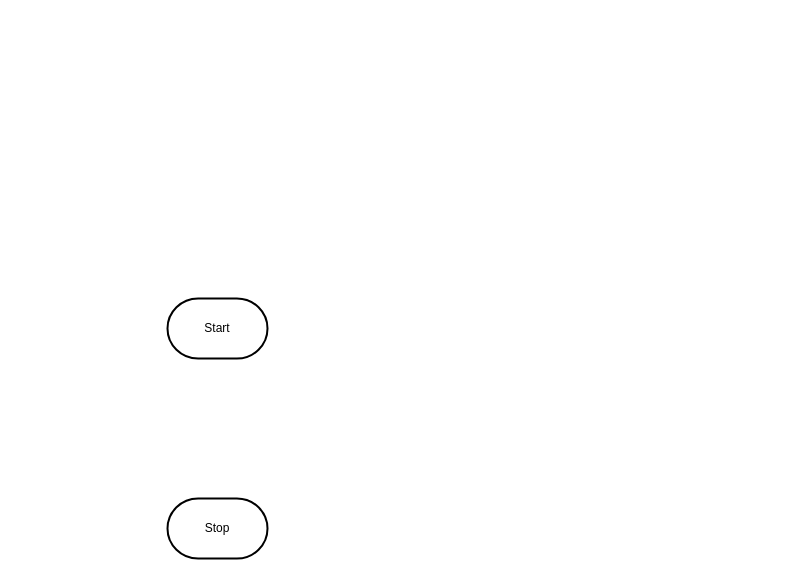
MTHS-ICD2O-1-2024/ICD2O-Unit-5-05-benjamin-abebe-02 keeps this draw.io diagram as design/flowchart.drawio. Above is the earlier version. Source tidied: cells renumbered, new cells numbered last; positions are measured from the earlier drawing's top-left corner, leaving out a move shared by most shapes. Both pictures are drawn from the tidied source at 100%, with x=0, y=0 at pixel (167, 298).
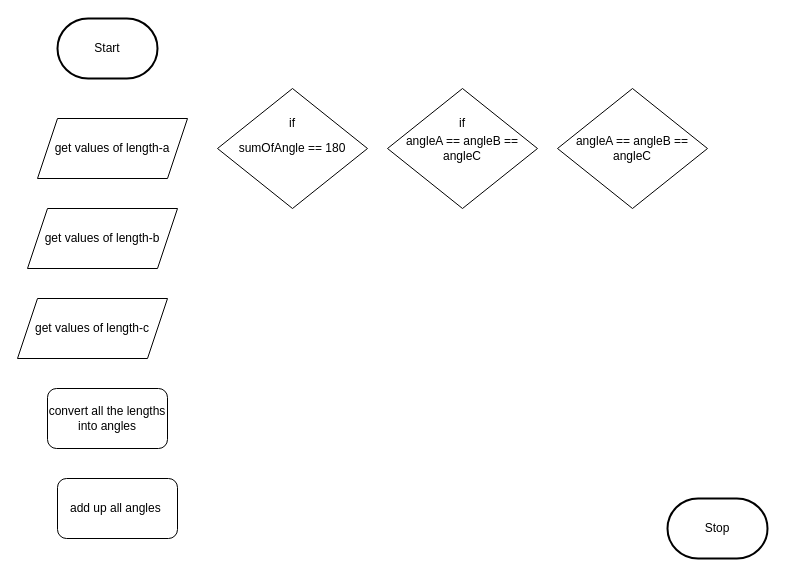
After the change.

What changed in the source:
```diff
@@
 <mxGraphModel>
   <root>
     <mxCell id="0" />
     <mxCell id="1" parent="0" />
     <mxCell id="2" value="Start" style="strokeWidth=2;html=1;shape=mxgraph.flowchart.terminator;whiteSpace=wrap;" parent="1" vertex="1">
-      <mxGeometry width="100" height="60" as="geometry" />
+      <mxGeometry x="-110" y="-280" width="100" height="60" as="geometry" />
     </mxCell>
     <mxCell id="3" value="Stop" style="strokeWidth=2;html=1;shape=mxgraph.flowchart.terminator;whiteSpace=wrap;" parent="1" vertex="1">
-      <mxGeometry y="200" width="100" height="60" as="geometry" />
+      <mxGeometry x="500" y="200" width="100" height="60" as="geometry" />
     </mxCell>
+    <mxCell id="4" value="get values of length-a" style="shape=parallelogram;perimeter=parallelogramPerimeter;whiteSpace=wrap;html=1;fixedSize=1;" parent="1" vertex="1">
+      <mxGeometry x="-130" y="-180" width="150" height="60" as="geometry" />
+    </mxCell>
+    <mxCell id="5" value="get values of length-c" style="shape=parallelogram;perimeter=parallelogramPerimeter;whiteSpace=wrap;html=1;fixedSize=1;" parent="1" vertex="1">
+      <mxGeometry x="-150" width="150" height="60" as="geometry" />
+    </mxCell>
+    <mxCell id="6" value="get values of length-b" style="shape=parallelogram;perimeter=parallelogramPerimeter;whiteSpace=wrap;html=1;fixedSize=1;" parent="1" vertex="1">
+      <mxGeometry x="-140" y="-90" width="150" height="60" as="geometry" />
+    </mxCell>
+    <mxCell id="7" value="convert all the lengths into angles" style="rounded=1;whiteSpace=wrap;html=1;" parent="1" vertex="1">
+      <mxGeometry x="-120" y="90" width="120" height="60" as="geometry" />
+    </mxCell>
+    <mxCell id="8" value="add up all angles&amp;nbsp;" style="rounded=1;whiteSpace=wrap;html=1;" parent="1" vertex="1">
+      <mxGeometry x="-110" y="180" width="120" height="60" as="geometry" />
+    </mxCell>
+    <mxCell id="9" value="sumOfAngle == 180" style="rhombus;whiteSpace=wrap;html=1;" parent="1" vertex="1">
+      <mxGeometry x="50" y="-210" width="150" height="120" as="geometry" />
+    </mxCell>
+    <mxCell id="10" value="if" style="text;html=1;strokeColor=none;fillColor=none;align=center;verticalAlign=middle;whiteSpace=wrap;rounded=0;" parent="1" vertex="1">
+      <mxGeometry x="95" y="-190" width="60" height="30" as="geometry" />
+    </mxCell>
+    <mxCell id="11" value="angleA == angleB == angleC" style="rhombus;whiteSpace=wrap;html=1;" parent="1" vertex="1">
+      <mxGeometry x="220" y="-210" width="150" height="120" as="geometry" />
+    </mxCell>
+    <mxCell id="12" value="if" style="text;html=1;strokeColor=none;fillColor=none;align=center;verticalAlign=middle;whiteSpace=wrap;rounded=0;" parent="1" vertex="1">
+      <mxGeometry x="265" y="-190" width="60" height="30" as="geometry" />
+    </mxCell>
+    <mxCell id="13" value="angleA == angleB == angleC" style="rhombus;whiteSpace=wrap;html=1;" parent="1" vertex="1">
+      <mxGeometry x="390" y="-210" width="150" height="120" as="geometry" />
+    </mxCell>
   </root>
 </mxGraphModel>
```
